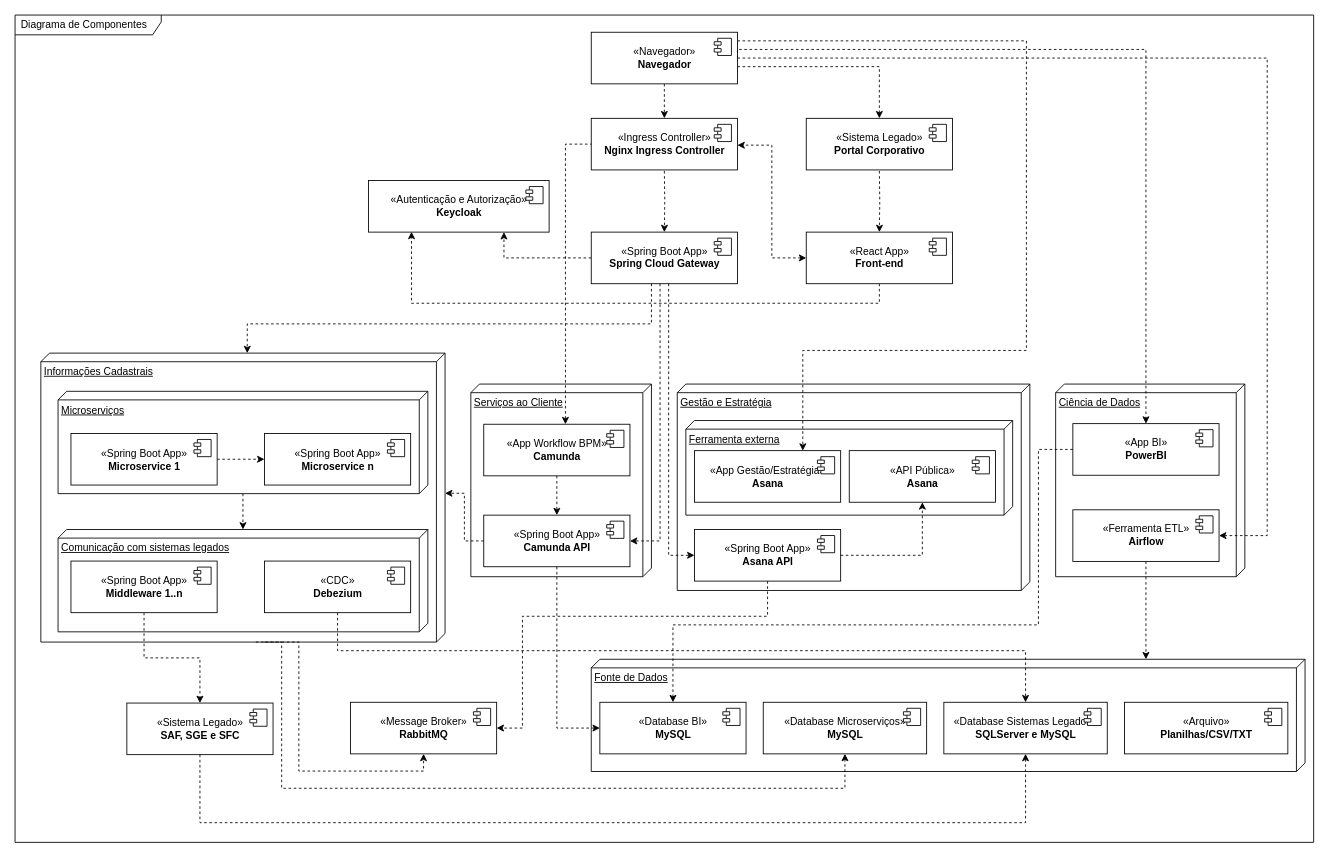
The draw.io diagram docs/diagramas/diagrama-componentes.drawio in paulooorg/tcc-asd, before the edit. Source tidied: cells renumbered, new cells numbered last; positions are measured from the earlier drawing's top-left corner, leaving out a move shared by most shapes. Both pictures are drawn from the tidied source at 86%, with x=0, y=0 at pixel (15, 15).
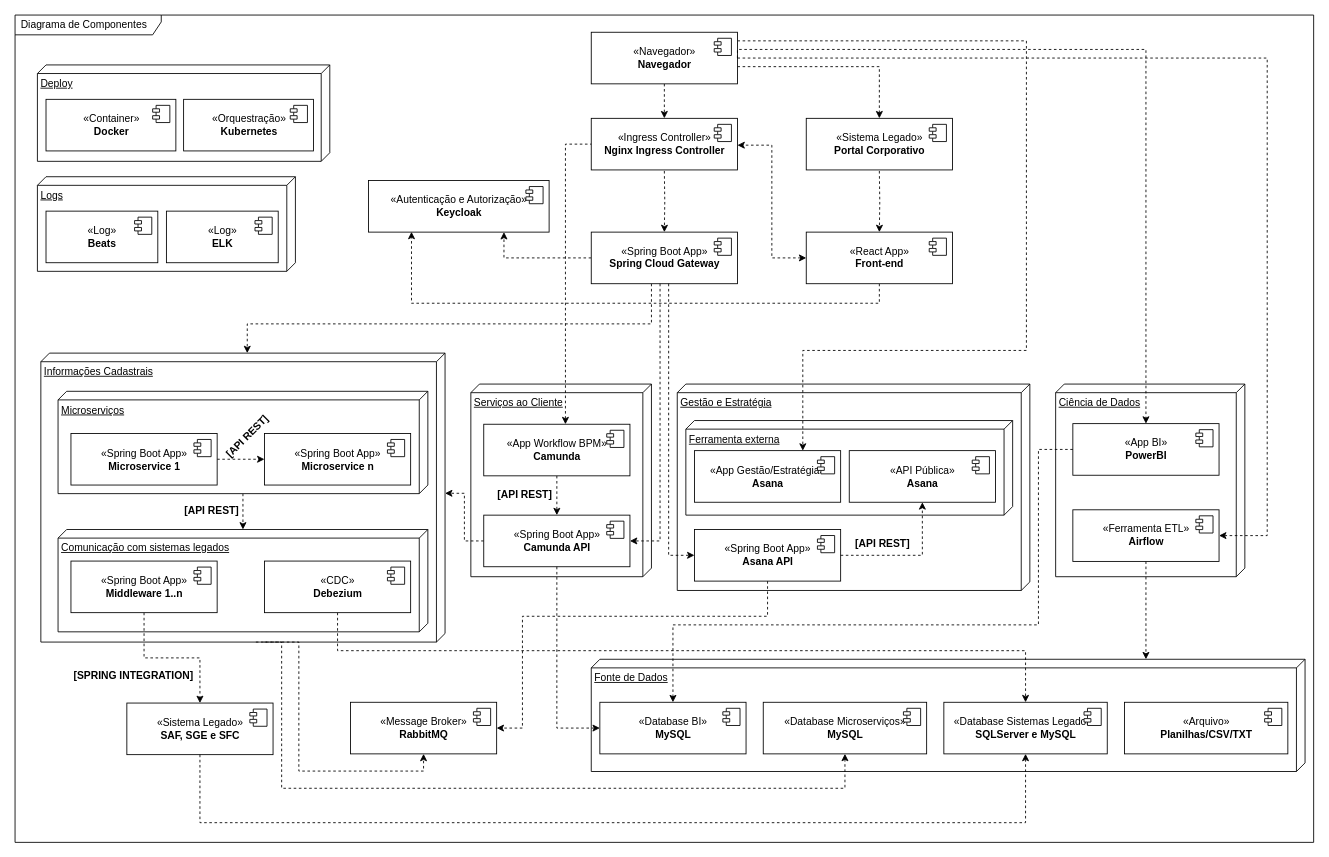
Above is the later version.

The edit, as a diff of the source:
```diff
@@
+    <mxCell id="85" value="Logs" style="verticalAlign=top;align=left;spacingTop=8;spacingLeft=2;spacingRight=12;shape=cube;size=10;direction=south;fontStyle=4;html=1;" parent="1" vertex="1">
+      <mxGeometry x="26" y="188" width="300" height="110" as="geometry" />
+    </mxCell>
+    <mxCell id="86" value="Deploy" style="verticalAlign=top;align=left;spacingTop=8;spacingLeft=2;spacingRight=12;shape=cube;size=10;direction=south;fontStyle=4;html=1;" parent="1" vertex="1">
+      <mxGeometry x="26" y="58" width="340" height="112.1" as="geometry" />
+    </mxCell>
+    <mxCell id="87" value="«Container»&lt;br&gt;&lt;b&gt;Docker&lt;/b&gt;&lt;b&gt;&lt;br&gt;&lt;/b&gt;" style="html=1;" parent="1" vertex="1">
+      <mxGeometry x="36" y="98" width="151" height="60" as="geometry" />
+    </mxCell>
+    <mxCell id="88" style="shape=module;jettyWidth=8;jettyHeight=4;" parent="87" vertex="1">
+      <mxGeometry x="1" width="20" height="20" relative="1" as="geometry">
+        <mxPoint x="-27" y="7" as="offset" />
+      </mxGeometry>
+    </mxCell>
+    <mxCell id="89" value="«Orquestração»&lt;br&gt;&lt;b&gt;Kubernetes&lt;br&gt;&lt;/b&gt;" style="html=1;" parent="1" vertex="1">
+      <mxGeometry x="196" y="98" width="151" height="60" as="geometry" />
+    </mxCell>
+    <mxCell id="90" style="shape=module;jettyWidth=8;jettyHeight=4;" parent="89" vertex="1">
+      <mxGeometry x="1" width="20" height="20" relative="1" as="geometry">
+        <mxPoint x="-27" y="7" as="offset" />
+      </mxGeometry>
+    </mxCell>
+    <mxCell id="91" value="«Log»&lt;br&gt;&lt;b&gt;Beats&lt;br&gt;&lt;/b&gt;" style="html=1;" parent="1" vertex="1">
+      <mxGeometry x="36" y="228" width="130" height="60" as="geometry" />
+    </mxCell>
+    <mxCell id="92" style="shape=module;jettyWidth=8;jettyHeight=4;" parent="91" vertex="1">
+      <mxGeometry x="1" width="20" height="20" relative="1" as="geometry">
+        <mxPoint x="-27" y="7" as="offset" />
+      </mxGeometry>
+    </mxCell>
+    <mxCell id="93" value="«Log»&lt;br&gt;&lt;b&gt;ELK&lt;br&gt;&lt;/b&gt;" style="html=1;" parent="1" vertex="1">
+      <mxGeometry x="176" y="228" width="130" height="60" as="geometry" />
+    </mxCell>
+    <mxCell id="94" style="shape=module;jettyWidth=8;jettyHeight=4;" parent="93" vertex="1">
+      <mxGeometry x="1" width="20" height="20" relative="1" as="geometry">
+        <mxPoint x="-27" y="7" as="offset" />
+      </mxGeometry>
+    </mxCell>
+    <mxCell id="95" value="[API REST]" style="text;html=1;strokeColor=none;fillColor=none;align=center;verticalAlign=middle;whiteSpace=wrap;rounded=0;fontStyle=1;" parent="1" vertex="1">
+      <mxGeometry x="196" y="568" width="66" height="18.5" as="geometry" />
+    </mxCell>
+    <mxCell id="96" value="[SPRING INTEGRATION]" style="text;html=1;strokeColor=none;fillColor=none;align=center;verticalAlign=middle;whiteSpace=wrap;rounded=0;fontStyle=1;" parent="1" vertex="1">
+      <mxGeometry x="65" y="758" width="146" height="21.1" as="geometry" />
+    </mxCell>
+    <mxCell id="97" value="[API REST]" style="text;html=1;strokeColor=none;fillColor=none;align=center;verticalAlign=middle;whiteSpace=wrap;rounded=0;rotation=-45;fontStyle=1;" parent="1" vertex="1">
+      <mxGeometry x="237.2" y="479.1" width="66" height="21.1" as="geometry" />
+    </mxCell>
+    <mxCell id="98" value="[API REST]" style="text;html=1;strokeColor=none;fillColor=none;align=center;verticalAlign=middle;whiteSpace=wrap;rounded=0;fontStyle=1;" parent="1" vertex="1">
+      <mxGeometry x="560" y="549.2" width="66" height="17.3" as="geometry" />
+    </mxCell>
+    <mxCell id="99" value="[API REST]" style="text;html=1;strokeColor=none;fillColor=none;align=center;verticalAlign=middle;whiteSpace=wrap;rounded=0;fontStyle=1;" parent="1" vertex="1">
+      <mxGeometry x="976" y="608" width="66" height="14.7" as="geometry" />
+    </mxCell>
```
